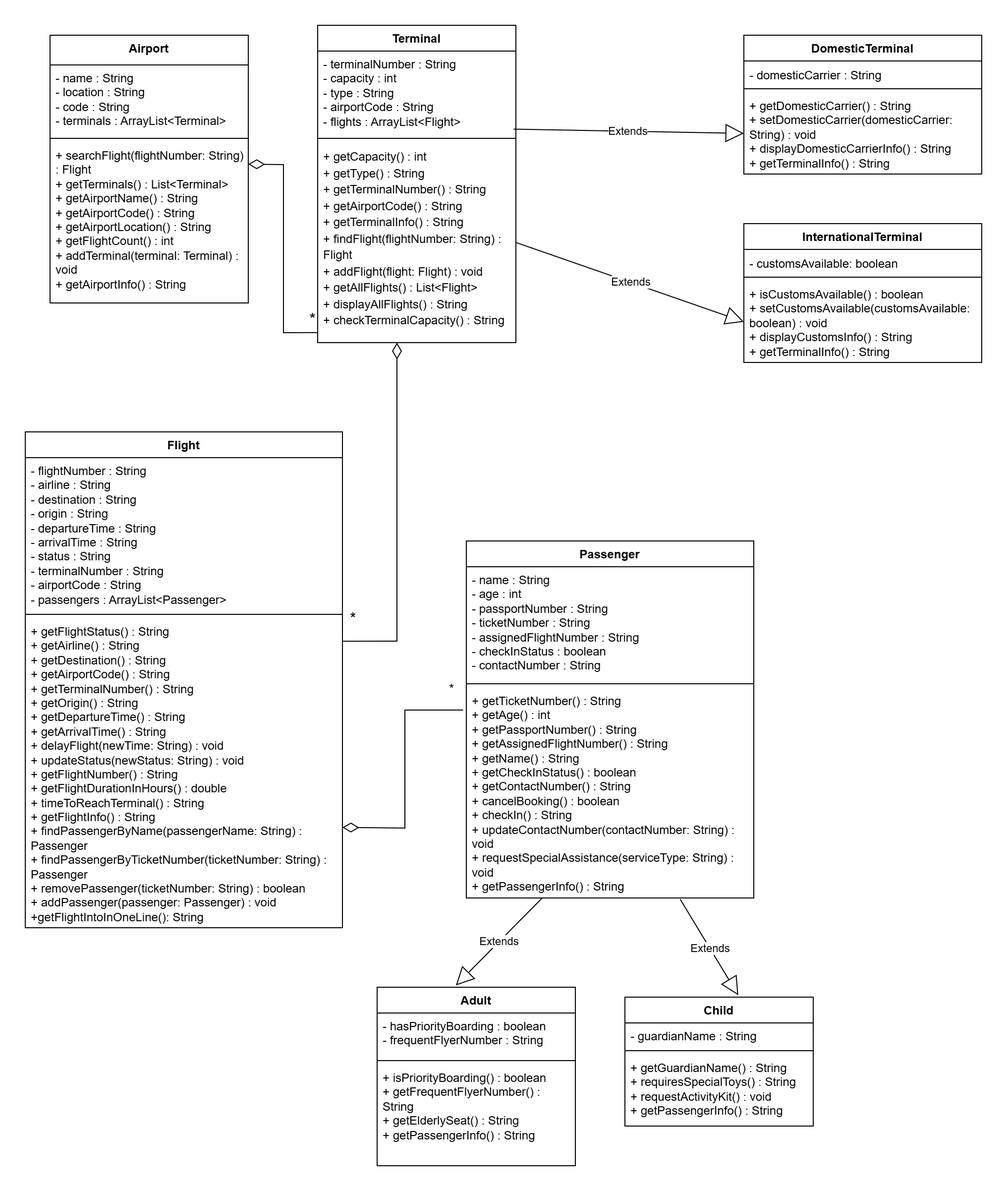
Earlier version of the draw.io export Airport.png (SACHSTech/2-14-oop-design-project-Walker21122008). Source tidied: cells renumbered, new cells last; positions are measured from the earlier drawing's top-left corner, leaving out a move shared by most shapes.
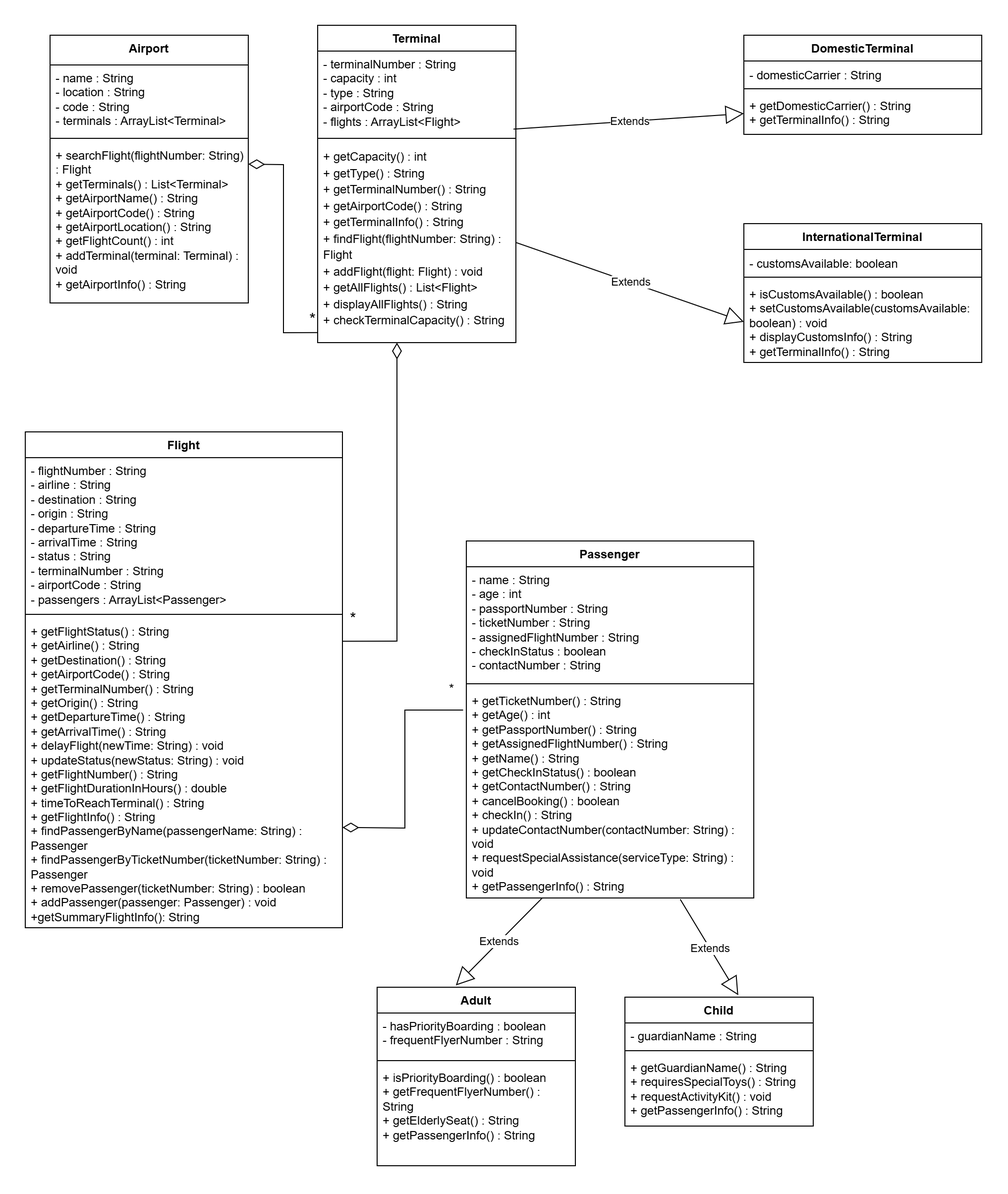
The same diagram one commit later.

What changed in the source:
```diff
@@ -39,7 +39,7 @@
       <mxGeometry y="58" width="240" height="82" as="geometry" />
     </mxCell>
     <mxCell id="14" value="DomesticTerminal" style="swimlane;fontStyle=1;align=center;verticalAlign=top;horizontal=1;startSize=26;whiteSpace=wrap;html=1;" parent="1" vertex="1">
-      <mxGeometry x="725" y="10" width="240" height="140" as="geometry" />
+      <mxGeometry x="725" y="10" width="240" height="100" as="geometry" />
     </mxCell>
     <mxCell id="15" value="&lt;span id=&quot;docs-internal-guid-e155678f-7fff-5aec-ada0-84077e7b1fd1&quot;&gt;&lt;p style=&quot;line-height:1.38;margin-top:0pt;margin-bottom:0pt;&quot; dir=&quot;ltr&quot;&gt;&lt;font face=&quot;Arial, sans-serif&quot;&gt;&lt;span style=&quot;white-space-collapse: preserve;&quot;&gt;- domesticCarrier : String&lt;br/&gt;&lt;/span&gt;&lt;/font&gt;&lt;/p&gt;&lt;div&gt;&lt;br&gt;&lt;/div&gt;&lt;/span&gt;" style="text;strokeColor=none;fillColor=none;align=left;verticalAlign=top;spacingLeft=4;spacingRight=4;overflow=hidden;whiteSpace=wrap;html=1;" parent="14" vertex="1">
       <mxGeometry y="26" width="240" height="24" as="geometry" />
@@ -47,8 +47,8 @@
     <mxCell id="16" style="line;strokeWidth=1;fillColor=none;align=left;verticalAlign=middle;spacingTop=-1;spacingLeft=3;spacingRight=3;labelPosition=right;strokeColor=inherit;" parent="14" vertex="1">
       <mxGeometry y="50" width="240" height="8" as="geometry" />
     </mxCell>
-    <mxCell id="17" value="&lt;div&gt;&lt;div&gt;+ getDomesticCarrier() : String&lt;/div&gt;&lt;div&gt;+ setDomesticCarrier(domesticCarrier: String) : void&lt;/div&gt;&lt;div&gt;+ displayDomesticCarrierInfo() : String&lt;/div&gt;&lt;div&gt;+ getTerminalInfo() : String&lt;/div&gt;&lt;/div&gt;&lt;div&gt;&lt;br&gt;&lt;/div&gt;" style="text;strokeColor=none;fillColor=none;align=left;verticalAlign=top;spacingLeft=4;spacingRight=4;overflow=hidden;points=[[0,0.5],[1,0.5]];portConstraint=eastwest;whiteSpace=wrap;html=1;" parent="14" vertex="1">
-      <mxGeometry y="58" width="240" height="82" as="geometry" />
+    <mxCell id="17" value="&lt;div&gt;&lt;div&gt;+ getDomesticCarrier() : String&lt;/div&gt;&lt;div&gt;+ getTerminalInfo() : String&lt;/div&gt;&lt;/div&gt;&lt;div&gt;&lt;br&gt;&lt;/div&gt;" style="text;strokeColor=none;fillColor=none;align=left;verticalAlign=top;spacingLeft=4;spacingRight=4;overflow=hidden;points=[[0,0.5],[1,0.5]];portConstraint=eastwest;whiteSpace=wrap;html=1;" parent="14" vertex="1">
+      <mxGeometry y="58" width="240" height="42" as="geometry" />
     </mxCell>
     <mxCell id="18" value="Flight" style="swimlane;fontStyle=1;align=center;verticalAlign=top;horizontal=1;startSize=26;whiteSpace=wrap;html=1;" parent="1" vertex="1">
       <mxGeometry y="410" width="320" height="500" as="geometry" />
@@ -59,7 +59,7 @@
     <mxCell id="20" style="line;strokeWidth=1;fillColor=none;align=left;verticalAlign=middle;spacingTop=-1;spacingLeft=3;spacingRight=3;labelPosition=right;strokeColor=inherit;" parent="18" vertex="1">
       <mxGeometry y="180" width="320" height="8" as="geometry" />
     </mxCell>
-    <mxCell id="21" value="&lt;div&gt;&lt;div&gt;&lt;div&gt;+ getFlightStatus() : String&lt;/div&gt;&lt;div&gt;+ getAirline() : String&lt;/div&gt;&lt;div&gt;+ getDestination() : String&lt;/div&gt;&lt;div&gt;+ getAirportCode() : String&lt;/div&gt;&lt;div&gt;+ getTerminalNumber() : String&lt;/div&gt;&lt;div&gt;+ getOrigin() : String&lt;/div&gt;&lt;div&gt;+ getDepartureTime() : String&lt;/div&gt;&lt;div&gt;+ getArrivalTime() : String&lt;/div&gt;&lt;div&gt;+ delayFlight(newTime: String) : void&lt;/div&gt;&lt;div&gt;+ updateStatus(newStatus: String) : void&lt;/div&gt;&lt;div&gt;+ getFlightNumber() : String&lt;/div&gt;&lt;div&gt;+ getFlightDurationInHours() : double&lt;/div&gt;&lt;div&gt;+ timeToReachTerminal() : String&lt;/div&gt;&lt;div&gt;+ getFlightInfo() : String&lt;/div&gt;&lt;div&gt;+ findPassengerByName(passengerName: String) : Passenger&lt;/div&gt;&lt;div&gt;+ findPassengerByTicketNumber(ticketNumber: String) : Passenger&lt;/div&gt;&lt;div&gt;+ removePassenger(ticketNumber: String) : boolean&lt;/div&gt;&lt;div&gt;+ addPassenger(passenger: Passenger) : void&lt;/div&gt;&lt;/div&gt;&lt;/div&gt;&lt;div&gt;+getFlightIntoInOneLine(): String&lt;/div&gt;&lt;div&gt;&lt;br&gt;&lt;/div&gt;" style="text;strokeColor=none;fillColor=none;align=left;verticalAlign=top;spacingLeft=4;spacingRight=4;overflow=hidden;points=[[0,0.5],[1,0.5]];portConstraint=eastwest;whiteSpace=wrap;html=1;" parent="18" vertex="1">
+    <mxCell id="21" value="&lt;div&gt;&lt;div&gt;&lt;div&gt;+ getFlightStatus() : String&lt;/div&gt;&lt;div&gt;+ getAirline() : String&lt;/div&gt;&lt;div&gt;+ getDestination() : String&lt;/div&gt;&lt;div&gt;+ getAirportCode() : String&lt;/div&gt;&lt;div&gt;+ getTerminalNumber() : String&lt;/div&gt;&lt;div&gt;+ getOrigin() : String&lt;/div&gt;&lt;div&gt;+ getDepartureTime() : String&lt;/div&gt;&lt;div&gt;+ getArrivalTime() : String&lt;/div&gt;&lt;div&gt;+ delayFlight(newTime: String) : void&lt;/div&gt;&lt;div&gt;+ updateStatus(newStatus: String) : void&lt;/div&gt;&lt;div&gt;+ getFlightNumber() : String&lt;/div&gt;&lt;div&gt;+ getFlightDurationInHours() : double&lt;/div&gt;&lt;div&gt;+ timeToReachTerminal() : String&lt;/div&gt;&lt;div&gt;+ getFlightInfo() : String&lt;/div&gt;&lt;div&gt;+ findPassengerByName(passengerName: String) : Passenger&lt;/div&gt;&lt;div&gt;+ findPassengerByTicketNumber(ticketNumber: String) : Passenger&lt;/div&gt;&lt;div&gt;+ removePassenger(ticketNumber: String) : boolean&lt;/div&gt;&lt;div&gt;+ addPassenger(passenger: Passenger) : void&lt;/div&gt;&lt;/div&gt;&lt;/div&gt;&lt;div&gt;+getSummaryFlightInfo(): String&lt;/div&gt;&lt;div&gt;&lt;br&gt;&lt;/div&gt;" style="text;strokeColor=none;fillColor=none;align=left;verticalAlign=top;spacingLeft=4;spacingRight=4;overflow=hidden;points=[[0,0.5],[1,0.5]];portConstraint=eastwest;whiteSpace=wrap;html=1;" parent="18" vertex="1">
       <mxGeometry y="188" width="320" height="312" as="geometry" />
     </mxCell>
     <mxCell id="22" value="Passenger" style="swimlane;fontStyle=1;align=center;verticalAlign=top;horizontal=1;startSize=26;whiteSpace=wrap;html=1;" parent="1" vertex="1">
```
